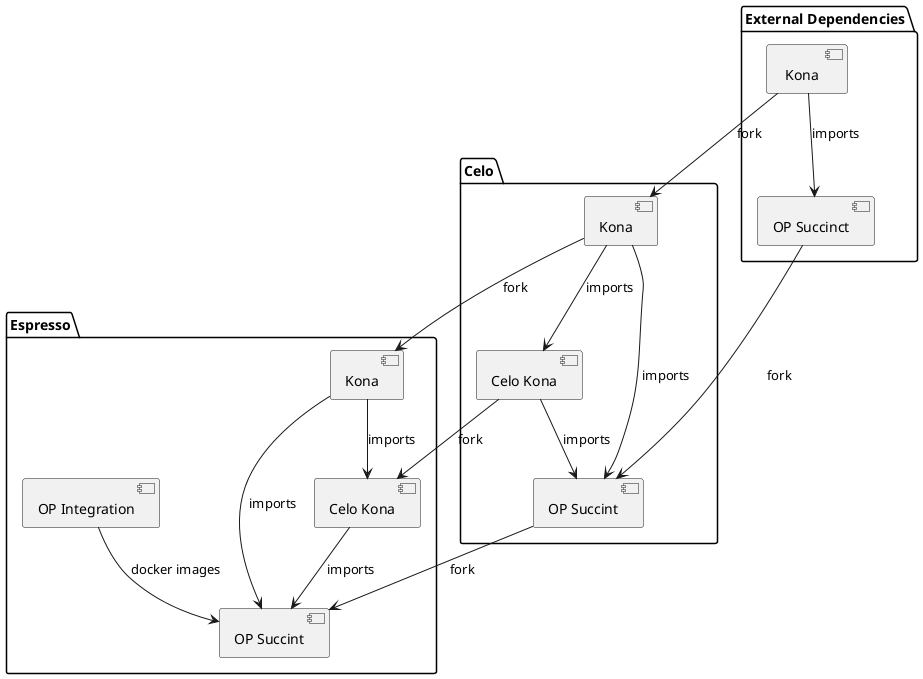
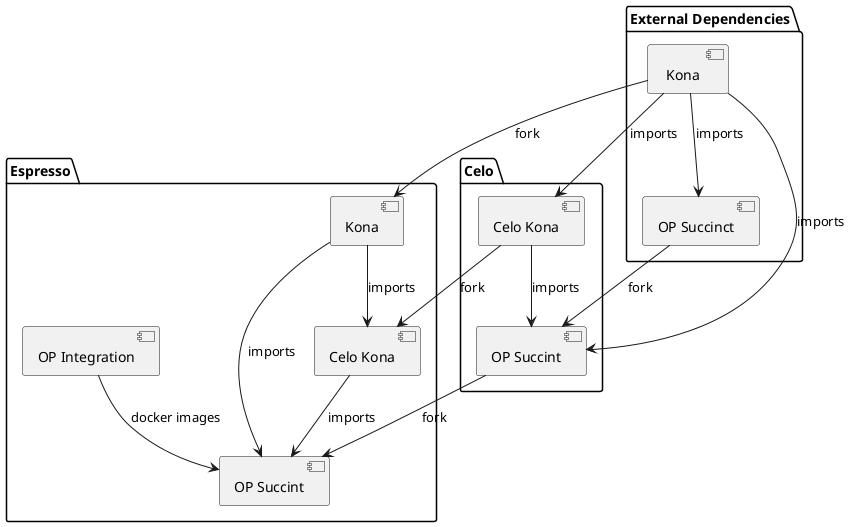
@startuml

package "External Dependencies" {
  [ Kona ] as KonaExternal
  [OP Succinct] as OPSuccintExternal
}

package "Celo" {
-   [Kona] as KonaCelo
  [Celo Kona] as CeloKonaCelo
  [OP Succint] as OPSuccintCelo
}

package "Espresso" {
  [Kona] as KonaEspresso
  [Celo Kona] as CeloKonaEspresso
  [OP Succint] as OPSuccintEspresso
  [OP Integration] as OpIntegration
}


- KonaCelo--> CeloKonaCelo: imports
+ KonaExternal--> CeloKonaCelo: imports

CeloKonaCelo--> OPSuccintCelo : imports
KonaExternal--> OPSuccintExternal : imports
- KonaCelo  --> OPSuccintCelo: imports
+ KonaExternal --> OPSuccintCelo: imports

- KonaExternal --> KonaCelo: fork
OPSuccintExternal --> OPSuccintCelo: fork
- KonaCelo --> KonaEspresso: fork
CeloKonaCelo --> CeloKonaEspresso: fork
OPSuccintCelo --> OPSuccintEspresso: fork
+ KonaExternal --> KonaEspresso: fork

OpIntegration --> OPSuccintEspresso : docker images
KonaEspresso   --> CeloKonaEspresso: imports
CeloKonaEspresso  --> OPSuccintEspresso : imports
KonaEspresso --> OPSuccintEspresso : imports


@enduml
